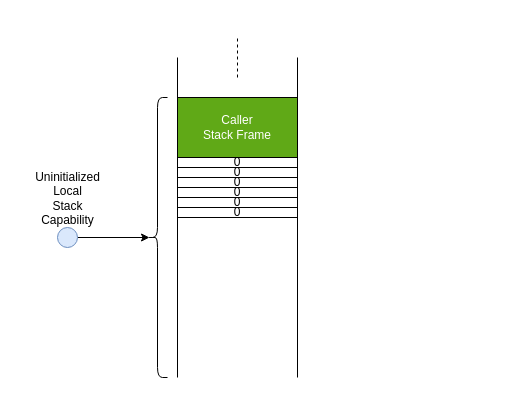
Earlier version of the draw.io diagram drawio/secure-cc-explanation-5.drawio (capt-hb/thesis). Source tidied: cells renumbered, new cells numbered last; positions are measured from the earlier drawing's top-left corner, leaving out a move shared by most shapes. Both pictures are drawn from the tidied source at 100%, with x=0, y=0 at pixel (17, 17).
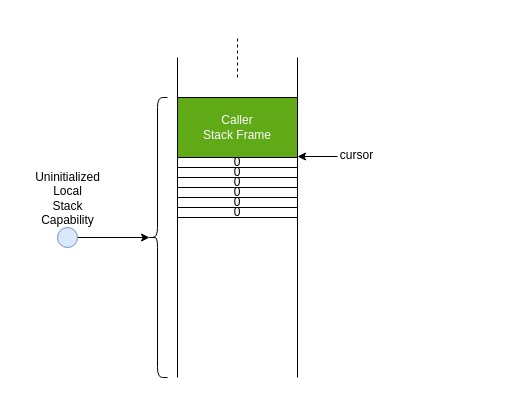
Above is the later version.

What changed in the source:
```diff
@@
+    <mxCell id="17" style="endArrow=classic;html=1;fontSize=12;" parent="1" edge="1">
+      <mxGeometry relative="1" as="geometry">
+        <mxPoint x="320" y="139" as="sourcePoint" />
+        <mxPoint x="280" y="139" as="targetPoint" />
+      </mxGeometry>
+    </mxCell>
+    <mxCell id="18" value="cursor" style="edgeLabel;html=1;align=center;verticalAlign=middle;fontSize=12;" parent="17" vertex="1">
+      <mxGeometry x="-1" y="-6" relative="1" as="geometry">
+        <mxPoint x="18" y="4" as="offset" />
+      </mxGeometry>
+    </mxCell>
```
